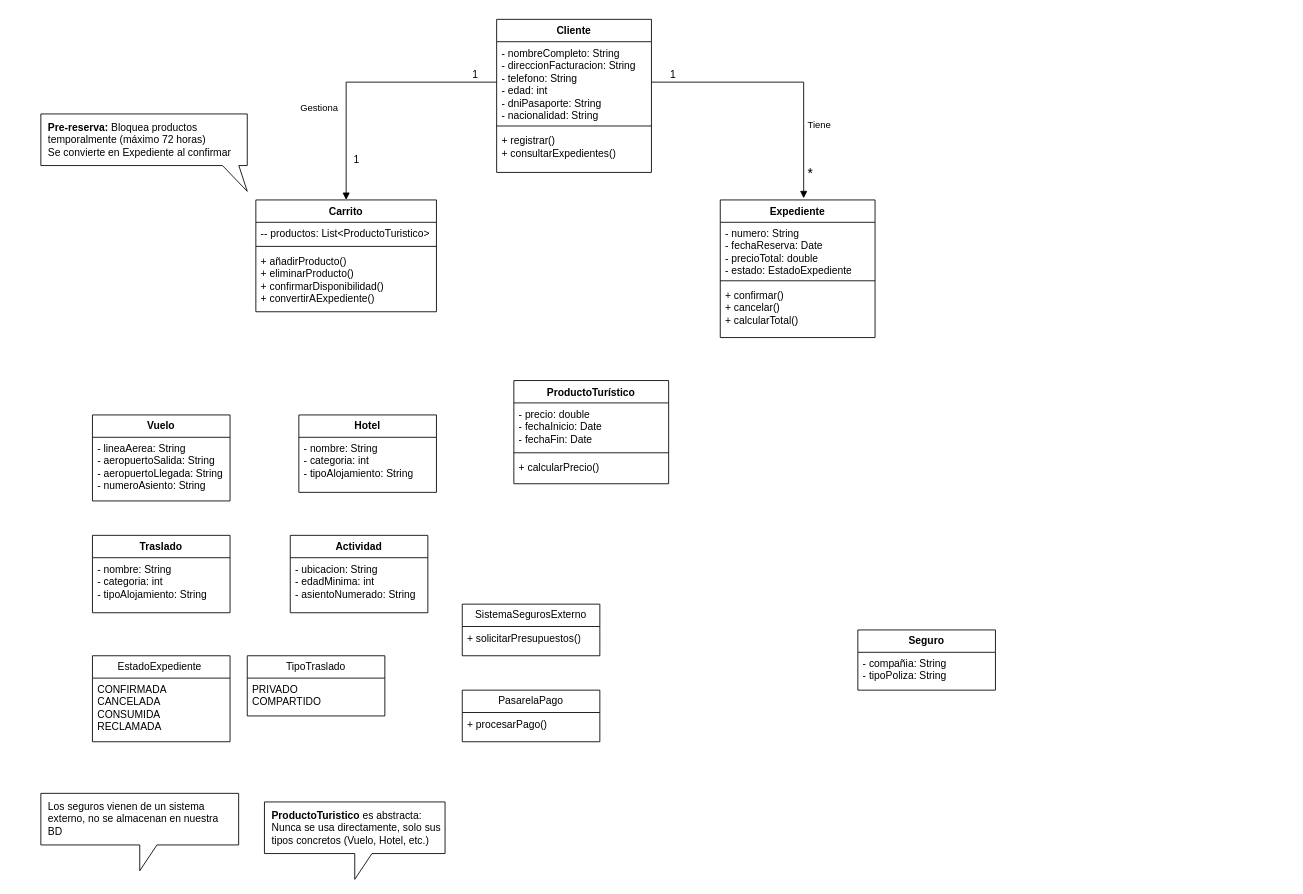
Above: DiagramaClase.drawio in JavierIbarra25/Diseno-Orientado-a-Objetos (draw.io), before the change. Source tidied: cells renumbered, new cells numbered last; positions are measured from the earlier drawing's top-left corner, leaving out a move shared by most shapes. Both pictures are drawn from the tidied source at 86%, with x=0, y=0 at pixel (40, 19).
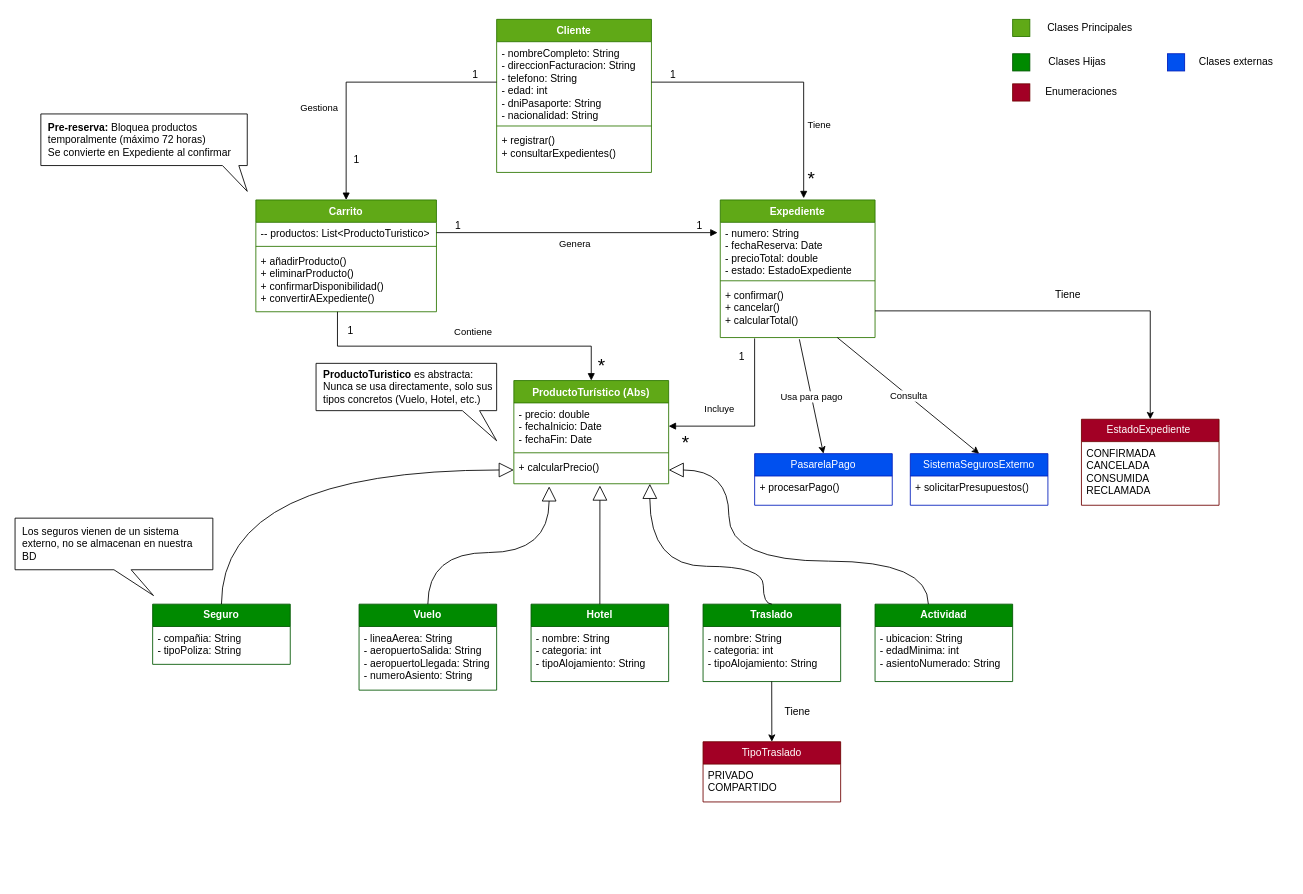
The same page after the edit.

The change refers to these unchanged cells:
```xml
<mxCell id="7" value="&lt;div&gt;-- productos: List&amp;lt;ProductoTuristico&amp;gt;&lt;/div&gt;" style="text;strokeColor=none;fillColor=none;align=left;verticalAlign=top;spacingLeft=4;spacingRight=4;overflow=hidden;points=[[0,0.5],[1,0.5]];portConstraint=eastwest;whiteSpace=wrap;html=1;" parent="6" vertex="1">
  <mxGeometry y="26" width="210" height="24" as="geometry" />
</mxCell>
<mxCell id="9" value="&lt;div&gt;+ añadirProducto()&lt;/div&gt;&lt;div&gt;+ eliminarProducto()&lt;/div&gt;&lt;div&gt;+ confirmarDisponibilidad()&lt;/div&gt;&lt;div&gt;+ convertirAExpediente()&lt;/div&gt;" style="text;strokeColor=none;fillColor=none;align=left;verticalAlign=top;spacingLeft=4;spacingRight=4;overflow=hidden;points=[[0,0.5],[1,0.5]];portConstraint=eastwest;whiteSpace=wrap;html=1;" parent="6" vertex="1">
  <mxGeometry y="58" width="210" height="72" as="geometry" />
</mxCell>
<mxCell id="11" value="&lt;div&gt;&lt;div&gt;- numero: String&lt;/div&gt;&lt;div&gt;- fechaReserva: Date&lt;/div&gt;&lt;div&gt;- precioTotal: double&lt;/div&gt;&lt;div&gt;- estado: EstadoExpediente&lt;/div&gt;&lt;/div&gt;" style="text;strokeColor=none;fillColor=none;align=left;verticalAlign=top;spacingLeft=4;spacingRight=4;overflow=hidden;points=[[0,0.5],[1,0.5]];portConstraint=eastwest;whiteSpace=wrap;html=1;" parent="10" vertex="1">
  <mxGeometry y="26" width="180" height="64" as="geometry" />
</mxCell>
<mxCell id="13" value="&lt;div&gt;+ confirmar()&lt;/div&gt;&lt;div&gt;+ cancelar()&lt;/div&gt;&lt;div&gt;+ calcularTotal()&lt;/div&gt;" style="text;strokeColor=none;fillColor=none;align=left;verticalAlign=top;spacingLeft=4;spacingRight=4;overflow=hidden;points=[[0,0.5],[1,0.5]];portConstraint=eastwest;whiteSpace=wrap;html=1;" parent="10" vertex="1">
  <mxGeometry y="98" width="180" height="62" as="geometry" />
</mxCell>
<mxCell id="15" value="&lt;div&gt;&lt;div&gt;- precio: double&lt;/div&gt;&lt;div&gt;- fechaInicio: Date&lt;/div&gt;&lt;div&gt;- fechaFin: Date&lt;/div&gt;&lt;/div&gt;" style="text;strokeColor=none;fillColor=none;align=left;verticalAlign=top;spacingLeft=4;spacingRight=4;overflow=hidden;points=[[0,0.5],[1,0.5]];portConstraint=eastwest;whiteSpace=wrap;html=1;" parent="14" vertex="1">
  <mxGeometry y="26" width="180" height="54" as="geometry" />
</mxCell>
<mxCell id="17" value="+ calcularPrecio()" style="text;strokeColor=none;fillColor=none;align=left;verticalAlign=top;spacingLeft=4;spacingRight=4;overflow=hidden;points=[[0,0.5],[1,0.5]];portConstraint=eastwest;whiteSpace=wrap;html=1;" parent="14" vertex="1">
  <mxGeometry y="88" width="180" height="32" as="geometry" />
</mxCell>
<mxCell id="23" value="&lt;div&gt;- nombre: String&lt;/div&gt;&lt;div&gt;- categoria: int&lt;/div&gt;&lt;div&gt;- tipoAlojamiento: String&lt;/div&gt;" style="text;strokeColor=none;fillColor=none;align=left;verticalAlign=top;spacingLeft=4;spacingRight=4;overflow=hidden;points=[[0,0.5],[1,0.5]];portConstraint=eastwest;whiteSpace=wrap;html=1;" parent="22" vertex="1">
  <mxGeometry y="26" width="160" height="64" as="geometry" />
</mxCell>
```

Change to the diagram source:
```diff
@@
-    <mxCell id="2" value="Cliente" style="swimlane;fontStyle=1;align=center;verticalAlign=top;horizontal=1;startSize=26;whiteSpace=wrap;html=1;" parent="1" vertex="1">
+    <mxCell id="2" value="Cliente" style="swimlane;fontStyle=1;align=center;verticalAlign=top;horizontal=1;startSize=26;whiteSpace=wrap;html=1;fillColor=#60a917;fontColor=#ffffff;strokeColor=#2D7600;" parent="1" vertex="1">
       <mxGeometry x="530" width="180" height="178" as="geometry" />
     </mxCell>
@@
-    <mxCell id="6" value="Carrito" style="swimlane;fontStyle=1;align=center;verticalAlign=top;horizontal=1;startSize=26;whiteSpace=wrap;html=1;" parent="1" vertex="1">
+    <mxCell id="6" value="Carrito" style="swimlane;fontStyle=1;align=center;verticalAlign=top;horizontal=1;startSize=26;whiteSpace=wrap;html=1;fillColor=#60a917;fontColor=#ffffff;strokeColor=#2D7600;" parent="1" vertex="1">
       <mxGeometry x="250" y="210" width="210" height="130" as="geometry" />
     </mxCell>
@@
-    <mxCell id="10" value="Expediente" style="swimlane;fontStyle=1;align=center;verticalAlign=top;horizontal=1;startSize=26;whiteSpace=wrap;html=1;" parent="1" vertex="1">
+    <mxCell id="10" value="Expediente" style="swimlane;fontStyle=1;align=center;verticalAlign=top;horizontal=1;startSize=26;whiteSpace=wrap;html=1;fillColor=#60a917;fontColor=#ffffff;strokeColor=#2D7600;" parent="1" vertex="1">
       <mxGeometry x="790" y="210" width="180" height="160" as="geometry" />
     </mxCell>
@@
-    <mxCell id="14" value="ProductoTurístico" style="swimlane;fontStyle=1;align=center;verticalAlign=top;horizontal=1;startSize=26;whiteSpace=wrap;html=1;" parent="1" vertex="1">
+    <mxCell id="14" value="ProductoTurístico (Abs)" style="swimlane;fontStyle=1;align=center;verticalAlign=top;horizontal=1;startSize=26;whiteSpace=wrap;html=1;fillColor=#60a917;fontColor=#ffffff;strokeColor=#2D7600;" parent="1" vertex="1">
       <mxGeometry x="550" y="420" width="180" height="120" as="geometry" />
     </mxCell>
@@
-    <mxCell id="18" value="&lt;b style=&quot;text-align: left;&quot;&gt;Vuelo&lt;/b&gt;" style="swimlane;fontStyle=0;horizontal=1;startSize=26;fillColor=none;whiteSpace=wrap;html=1;" parent="1" vertex="1">
-      <mxGeometry x="60" y="460" width="160" height="100" as="geometry" />
+    <mxCell id="18" value="&lt;b style=&quot;text-align: left;&quot;&gt;Vuelo&lt;/b&gt;" style="swimlane;fontStyle=0;horizontal=1;startSize=26;fillColor=#008a00;whiteSpace=wrap;html=1;fontColor=#ffffff;strokeColor=#005700;" parent="1" vertex="1">
+      <mxGeometry x="370" y="680" width="160" height="100" as="geometry" />
     </mxCell>
@@
-    <mxCell id="20" value="&lt;div style=&quot;text-align: left;&quot;&gt;&lt;span style=&quot;background-color: transparent;&quot;&gt;&lt;b&gt;Hotel&lt;/b&gt;&lt;/span&gt;&lt;/div&gt;" style="swimlane;fontStyle=0;horizontal=1;startSize=26;fillColor=none;whiteSpace=wrap;html=1;" parent="1" vertex="1">
-      <mxGeometry x="300" y="460" width="160" height="90" as="geometry" />
+    <mxCell id="20" value="&lt;div style=&quot;text-align: left;&quot;&gt;&lt;span style=&quot;background-color: transparent;&quot;&gt;&lt;b&gt;Hotel&lt;/b&gt;&lt;/span&gt;&lt;/div&gt;" style="swimlane;fontStyle=0;horizontal=1;startSize=26;fillColor=#008a00;whiteSpace=wrap;html=1;fontColor=#ffffff;strokeColor=#005700;" parent="1" vertex="1">
+      <mxGeometry x="570" y="680" width="160" height="90" as="geometry" />
     </mxCell>
@@
-    <mxCell id="22" value="&lt;div style=&quot;text-align: left;&quot;&gt;&lt;b&gt;Traslado&lt;/b&gt;&lt;/div&gt;" style="swimlane;fontStyle=0;horizontal=1;startSize=26;fillColor=none;whiteSpace=wrap;html=1;" parent="1" vertex="1">
-      <mxGeometry x="60" y="600" width="160" height="90" as="geometry" />
+    <mxCell id="22" value="&lt;div style=&quot;text-align: left;&quot;&gt;&lt;b&gt;Traslado&lt;/b&gt;&lt;/div&gt;" style="swimlane;fontStyle=0;horizontal=1;startSize=26;fillColor=#008a00;whiteSpace=wrap;html=1;fontColor=#ffffff;strokeColor=#005700;" parent="1" vertex="1">
+      <mxGeometry x="770" y="680" width="160" height="90" as="geometry" />
     </mxCell>
@@
-    <mxCell id="24" value="&lt;div style=&quot;text-align: left;&quot;&gt;&lt;b&gt;Actividad&lt;/b&gt;&lt;/div&gt;" style="swimlane;fontStyle=0;horizontal=1;startSize=26;fillColor=none;whiteSpace=wrap;html=1;" parent="1" vertex="1">
-      <mxGeometry x="290" y="600" width="160" height="90" as="geometry" />
+    <mxCell id="24" value="&lt;div style=&quot;text-align: left;&quot;&gt;&lt;b&gt;Actividad&lt;/b&gt;&lt;/div&gt;" style="swimlane;fontStyle=0;horizontal=1;startSize=26;fillColor=#008a00;whiteSpace=wrap;html=1;fontColor=#ffffff;strokeColor=#005700;" parent="1" vertex="1">
+      <mxGeometry x="970" y="680" width="160" height="90" as="geometry" />
     </mxCell>
@@
-    <mxCell id="26" value="&lt;div style=&quot;text-align: left;&quot;&gt;&lt;b&gt;Seguro&lt;/b&gt;&lt;/div&gt;" style="swimlane;fontStyle=0;horizontal=1;startSize=26;fillColor=none;whiteSpace=wrap;html=1;" parent="1" vertex="1">
-      <mxGeometry x="950" y="710" width="160" height="70" as="geometry" />
+    <mxCell id="26" value="&lt;div style=&quot;text-align: left;&quot;&gt;&lt;b&gt;Seguro&lt;/b&gt;&lt;/div&gt;" style="swimlane;fontStyle=0;horizontal=1;startSize=26;fillColor=#008a00;whiteSpace=wrap;html=1;fontColor=#ffffff;strokeColor=#005700;" parent="1" vertex="1">
+      <mxGeometry x="130" y="680" width="160" height="70" as="geometry" />
     </mxCell>
@@
-    <mxCell id="28" value="&lt;div style=&quot;text-align: left;&quot;&gt;EstadoExpediente&amp;nbsp;&lt;/div&gt;" style="swimlane;fontStyle=0;horizontal=1;startSize=26;fillColor=none;whiteSpace=wrap;html=1;" parent="1" vertex="1">
-      <mxGeometry x="60" y="740" width="160" height="100" as="geometry" />
+    <mxCell id="28" value="&lt;div style=&quot;text-align: left;&quot;&gt;EstadoExpediente&amp;nbsp;&lt;/div&gt;" style="swimlane;fontStyle=0;horizontal=1;startSize=26;fillColor=#a20025;whiteSpace=wrap;html=1;fontColor=#ffffff;strokeColor=#6F0000;" parent="1" vertex="1">
+      <mxGeometry x="1210" y="465" width="160" height="100" as="geometry" />
     </mxCell>
@@
-    <mxCell id="30" value="&lt;div style=&quot;text-align: left;&quot;&gt;TipoTraslado&lt;/div&gt;" style="swimlane;fontStyle=0;horizontal=1;startSize=26;fillColor=none;whiteSpace=wrap;html=1;" parent="1" vertex="1">
-      <mxGeometry x="240" y="740" width="160" height="70" as="geometry" />
+    <mxCell id="30" value="&lt;div style=&quot;text-align: left;&quot;&gt;TipoTraslado&lt;/div&gt;" style="swimlane;fontStyle=0;horizontal=1;startSize=26;fillColor=#a20025;whiteSpace=wrap;html=1;fontColor=#ffffff;strokeColor=#6F0000;" parent="1" vertex="1">
+      <mxGeometry x="770" y="840" width="160" height="70" as="geometry" />
     </mxCell>
@@
-    <mxCell id="32" value="&lt;div style=&quot;text-align: left;&quot;&gt;PasarelaPago&lt;/div&gt;" style="swimlane;fontStyle=0;horizontal=1;startSize=26;fillColor=none;whiteSpace=wrap;html=1;" parent="1" vertex="1">
-      <mxGeometry x="490" y="780" width="160" height="60" as="geometry" />
+    <mxCell id="32" value="&lt;div style=&quot;text-align: left;&quot;&gt;PasarelaPago&lt;/div&gt;" style="swimlane;fontStyle=0;horizontal=1;startSize=26;fillColor=#0050ef;whiteSpace=wrap;html=1;fontColor=#ffffff;strokeColor=#001DBC;" parent="1" vertex="1">
+      <mxGeometry x="830" y="505" width="160" height="60" as="geometry" />
     </mxCell>
@@
-    <mxCell id="34" value="&lt;div style=&quot;text-align: left;&quot;&gt;SistemaSegurosExterno&lt;/div&gt;" style="swimlane;fontStyle=0;horizontal=1;startSize=26;fillColor=none;whiteSpace=wrap;html=1;" parent="1" vertex="1">
-      <mxGeometry x="490" y="680" width="160" height="60" as="geometry" />
+    <mxCell id="34" value="&lt;div style=&quot;text-align: left;&quot;&gt;SistemaSegurosExterno&lt;/div&gt;" style="swimlane;fontStyle=0;horizontal=1;startSize=26;fillColor=#0050ef;whiteSpace=wrap;html=1;fontColor=#ffffff;strokeColor=#001DBC;" parent="1" vertex="1">
+      <mxGeometry x="1011" y="505" width="160" height="60" as="geometry" />
     </mxCell>
@@
-    <mxCell id="36" value="&lt;div&gt;&lt;b&gt;&amp;nbsp; ProductoTuristico &lt;/b&gt;es abstracta:&lt;/div&gt;&lt;div&gt;&amp;nbsp; Nunca se usa directamente,&amp;nbsp;&lt;span style=&quot;background-color: transparent; color: light-dark(rgb(0, 0, 0), rgb(255, 255, 255));&quot;&gt;solo sus&amp;nbsp; &amp;nbsp; tipos concretos&amp;nbsp;&lt;/span&gt;&lt;span style=&quot;background-color: transparent; color: light-dark(rgb(0, 0, 0), rgb(255, 255, 255));&quot;&gt;(Vuelo, Hotel, etc.)&lt;/span&gt;&lt;/div&gt;" style="shape=callout;whiteSpace=wrap;html=1;perimeter=calloutPerimeter;align=left;" parent="1" vertex="1">
-      <mxGeometry x="260" y="910" width="210" height="90" as="geometry" />
+    <mxCell id="36" value="&lt;div&gt;&lt;b&gt;&amp;nbsp; ProductoTuristico &lt;/b&gt;es abstracta:&lt;/div&gt;&lt;div&gt;&amp;nbsp; Nunca se usa directamente,&amp;nbsp;&lt;span style=&quot;background-color: transparent; color: light-dark(rgb(0, 0, 0), rgb(255, 255, 255));&quot;&gt;solo sus&amp;nbsp; &amp;nbsp; tipos concretos&amp;nbsp;&lt;/span&gt;&lt;span style=&quot;background-color: transparent; color: light-dark(rgb(0, 0, 0), rgb(255, 255, 255));&quot;&gt;(Vuelo, Hotel, etc.)&lt;/span&gt;&lt;/div&gt;" style="shape=callout;whiteSpace=wrap;html=1;perimeter=calloutPerimeter;align=left;position2=1;base=20;size=35;position=0.81;" parent="1" vertex="1">
+      <mxGeometry x="320" y="400" width="210" height="90" as="geometry" />
     </mxCell>
-    <mxCell id="37" value="&lt;div&gt;&amp;nbsp; Los seguros vienen de un&amp;nbsp;&lt;span style=&quot;background-color: transparent; color: light-dark(rgb(0, 0, 0), rgb(255, 255, 255));&quot;&gt;sistema&amp;nbsp; &amp;nbsp; &amp;nbsp; &amp;nbsp; &amp;nbsp; &amp;nbsp; &amp;nbsp; externo, no se&amp;nbsp;&lt;/span&gt;&lt;span style=&quot;background-color: transparent; color: light-dark(rgb(0, 0, 0), rgb(255, 255, 255));&quot;&gt;almacenan en nuestra&amp;nbsp; &amp;nbsp; &amp;nbsp; &amp;nbsp; BD&lt;/span&gt;&lt;/div&gt;" style="shape=callout;whiteSpace=wrap;html=1;perimeter=calloutPerimeter;align=left;" parent="1" vertex="1">
-      <mxGeometry y="900" width="230" height="90" as="geometry" />
+    <mxCell id="37" value="&lt;div&gt;&amp;nbsp; Los seguros vienen de un&amp;nbsp;&lt;span style=&quot;background-color: transparent; color: light-dark(rgb(0, 0, 0), rgb(255, 255, 255));&quot;&gt;sistema&amp;nbsp; &amp;nbsp; &amp;nbsp; &amp;nbsp; &amp;nbsp; &amp;nbsp; &amp;nbsp; externo, no se&amp;nbsp;&lt;/span&gt;&lt;span style=&quot;background-color: transparent; color: light-dark(rgb(0, 0, 0), rgb(255, 255, 255));&quot;&gt;almacenan en nuestra&amp;nbsp; &amp;nbsp; &amp;nbsp; &amp;nbsp; BD&lt;/span&gt;&lt;/div&gt;" style="shape=callout;whiteSpace=wrap;html=1;perimeter=calloutPerimeter;align=left;position2=0.7;" parent="1" vertex="1">
+      <mxGeometry x="-30" y="580" width="230" height="90" as="geometry" />
     </mxCell>
@@
-    <mxCell id="41" value="&lt;font style=&quot;font-size: 16px;&quot;&gt;*&lt;/font&gt;" style="edgeLabel;html=1;align=left;verticalAlign=bottom;" parent="1" vertex="1">
-      <mxGeometry x="890" y="190" as="geometry" />
+    <mxCell id="41" value="&lt;font&gt;*&lt;/font&gt;" style="edgeLabel;html=1;align=left;verticalAlign=bottom;fontSize=22;" parent="1" vertex="1">
+      <mxGeometry x="890" y="200" as="geometry" />
     </mxCell>
@@
+    <mxCell id="45" value="Genera" style="endArrow=block;endFill=1;html=1;edgeStyle=orthogonalEdgeStyle;align=left;verticalAlign=top;rounded=0;exitX=1;exitY=0.5;exitDx=0;exitDy=0;entryX=-0.017;entryY=0.188;entryDx=0;entryDy=0;entryPerimeter=0;" parent="1" edge="1" source="7" target="11">
+      <mxGeometry x="-0.14" relative="1" as="geometry" />
+    </mxCell>
+    <mxCell id="46" value="&lt;font style=&quot;font-size: 12px;&quot;&gt;1&lt;/font&gt;" style="edgeLabel;html=1;align=left;verticalAlign=bottom;" parent="45" vertex="1">
+      <mxGeometry x="-1" relative="1" as="geometry">
+        <mxPoint x="20" as="offset" />
+      </mxGeometry>
+    </mxCell>
+    <mxCell id="47" value="&lt;font style=&quot;font-size: 12px;&quot;&gt;1&lt;/font&gt;" style="edgeLabel;html=1;align=left;verticalAlign=bottom;" parent="1" vertex="1">
+      <mxGeometry x="490" y="258" as="geometry">
+        <mxPoint x="271" y="-10" as="offset" />
+      </mxGeometry>
+    </mxCell>
+    <mxCell id="48" value="Contiene" style="endArrow=block;endFill=1;html=1;edgeStyle=orthogonalEdgeStyle;align=left;verticalAlign=top;rounded=0;exitX=0.452;exitY=1;exitDx=0;exitDy=0;entryX=0.5;entryY=0;entryDx=0;entryDy=0;exitPerimeter=0;" parent="1" edge="1" source="9" target="14">
+      <mxGeometry x="-0.07" y="30" relative="1" as="geometry" />
+    </mxCell>
+    <mxCell id="49" value="&lt;font style=&quot;font-size: 12px;&quot;&gt;1&lt;/font&gt;" style="edgeLabel;html=1;align=left;verticalAlign=bottom;" parent="48" vertex="1">
+      <mxGeometry x="-1" relative="1" as="geometry">
+        <mxPoint x="10" y="30" as="offset" />
+      </mxGeometry>
+    </mxCell>
+    <mxCell id="50" value="&lt;font&gt;*&lt;/font&gt;" style="edgeLabel;html=1;align=left;verticalAlign=bottom;fontSize=22;" parent="1" vertex="1">
+      <mxGeometry x="900" y="200" as="geometry">
+        <mxPoint x="-254" y="217" as="offset" />
+      </mxGeometry>
+    </mxCell>
+    <mxCell id="51" value="Incluye" style="endArrow=block;endFill=1;html=1;edgeStyle=orthogonalEdgeStyle;align=left;verticalAlign=top;rounded=0;entryX=1;entryY=0.5;entryDx=0;entryDy=0;exitX=0.222;exitY=1.016;exitDx=0;exitDy=0;exitPerimeter=0;" parent="1" edge="1" source="13" target="15">
+      <mxGeometry x="0.6" y="-33" relative="1" as="geometry">
+        <Array as="points">
+          <mxPoint x="830" y="473" />
+        </Array>
+      </mxGeometry>
+    </mxCell>
+    <mxCell id="52" value="&lt;font style=&quot;font-size: 12px;&quot;&gt;1&lt;/font&gt;" style="edgeLabel;html=1;align=left;verticalAlign=bottom;" parent="51" vertex="1">
+      <mxGeometry x="-1" relative="1" as="geometry">
+        <mxPoint x="-20" y="30" as="offset" />
+      </mxGeometry>
+    </mxCell>
+    <mxCell id="53" value="*" style="text;html=1;align=center;verticalAlign=middle;whiteSpace=wrap;rounded=0;fontSize=22;" parent="1" vertex="1">
+      <mxGeometry x="740" y="480" width="20" height="25" as="geometry" />
+    </mxCell>
+    <mxCell id="54" style="endArrow=block;html=1;rounded=0;endFill=0;strokeWidth=1;endSize=15;exitX=0.5;exitY=0;exitDx=0;exitDy=0;entryX=0;entryY=0.5;entryDx=0;entryDy=0;edgeStyle=orthogonalEdgeStyle;curved=1;" parent="1" edge="1" source="26" target="17">
+      <mxGeometry relative="1" as="geometry" />
+    </mxCell>
+    <mxCell id="55" style="endArrow=block;html=1;rounded=0;endFill=0;strokeWidth=1;endSize=15;exitX=0.5;exitY=0;exitDx=0;exitDy=0;entryX=0.228;entryY=1.094;entryDx=0;entryDy=0;entryPerimeter=0;edgeStyle=orthogonalEdgeStyle;curved=1;" parent="1" edge="1" source="18" target="17">
+      <mxGeometry relative="1" as="geometry">
+        <Array as="points">
+          <mxPoint x="450" y="620" />
+          <mxPoint x="591" y="620" />
+        </Array>
+      </mxGeometry>
+    </mxCell>
+    <mxCell id="56" style="endArrow=block;html=1;rounded=0;endFill=0;strokeWidth=1;endSize=15;exitX=0.5;exitY=0;exitDx=0;exitDy=0;entryX=0.556;entryY=1.063;entryDx=0;entryDy=0;entryPerimeter=0;" parent="1" edge="1" source="20" target="17">
+      <mxGeometry relative="1" as="geometry" />
+    </mxCell>
+    <mxCell id="57" style="endArrow=block;html=1;rounded=0;endFill=0;strokeWidth=1;endSize=15;exitX=0.5;exitY=0;exitDx=0;exitDy=0;entryX=0.656;entryY=1.125;entryDx=0;entryDy=0;entryPerimeter=0;edgeStyle=orthogonalEdgeStyle;curved=1;" parent="1" edge="1" source="22">
+      <mxGeometry relative="1" as="geometry">
+        <mxPoint x="708.1" y="540" as="targetPoint" />
+        <Array as="points">
+          <mxPoint x="840" y="680" />
+          <mxPoint x="840" y="636" />
+          <mxPoint x="708" y="636" />
+        </Array>
+      </mxGeometry>
+    </mxCell>
+    <mxCell id="58" style="endArrow=block;html=1;rounded=0;endFill=0;strokeWidth=1;endSize=15;exitX=0.5;exitY=0;exitDx=0;exitDy=0;edgeStyle=orthogonalEdgeStyle;curved=1;entryX=1;entryY=0.5;entryDx=0;entryDy=0;" parent="1" edge="1" target="17">
+      <mxGeometry relative="1" as="geometry">
+        <mxPoint x="1032" y="680" as="sourcePoint" />
+        <Array as="points">
+          <mxPoint x="1032" y="630" />
+          <mxPoint x="800" y="630" />
+          <mxPoint x="800" y="524" />
+        </Array>
+      </mxGeometry>
+    </mxCell>
+    <mxCell id="59" style="endArrow=classic;html=1;rounded=0;entryX=0.5;entryY=0;entryDx=0;entryDy=0;exitX=0.499;exitY=0.998;exitDx=0;exitDy=0;exitPerimeter=0;" parent="1" edge="1" source="23" target="30">
+      <mxGeometry relative="1" as="geometry" />
+    </mxCell>
+    <mxCell id="60" value="Tiene" style="text;html=1;align=center;verticalAlign=middle;whiteSpace=wrap;rounded=0;" parent="1" vertex="1">
+      <mxGeometry x="850" y="790" width="60" height="30" as="geometry" />
+    </mxCell>
+    <mxCell id="61" style="endArrow=classic;html=1;rounded=0;exitX=0.511;exitY=1.032;exitDx=0;exitDy=0;exitPerimeter=0;entryX=0.5;entryY=0;entryDx=0;entryDy=0;" parent="1" edge="1" source="13" target="32">
+      <mxGeometry relative="1" as="geometry" />
+    </mxCell>
+    <mxCell id="62" value="Usa para pago" style="edgeLabel;html=1;align=center;verticalAlign=middle;" parent="61" vertex="1">
+      <mxGeometry relative="1" as="geometry" />
+    </mxCell>
+    <mxCell id="63" style="endArrow=classic;html=1;rounded=0;exitX=1;exitY=0.5;exitDx=0;exitDy=0;entryX=0.5;entryY=0;entryDx=0;entryDy=0;" parent="1" edge="1" source="13" target="28">
+      <mxGeometry relative="1" as="geometry">
+        <Array as="points">
+          <mxPoint x="1290" y="339" />
+        </Array>
+      </mxGeometry>
+    </mxCell>
+    <mxCell id="64" value="Tiene" style="edgeLabel;html=1;align=center;verticalAlign=middle;fontSize=12;" parent="63" vertex="1">
+      <mxGeometry relative="1" as="geometry">
+        <mxPoint y="-19" as="offset" />
+      </mxGeometry>
+    </mxCell>
+    <mxCell id="65" style="endArrow=classic;html=1;rounded=0;exitX=0.756;exitY=1;exitDx=0;exitDy=0;exitPerimeter=0;entryX=0.5;entryY=0;entryDx=0;entryDy=0;" parent="1" edge="1" source="13" target="34">
+      <mxGeometry relative="1" as="geometry" />
+    </mxCell>
+    <mxCell id="66" value="Consulta" style="edgeLabel;html=1;align=center;verticalAlign=middle;" parent="65" vertex="1">
+      <mxGeometry relative="1" as="geometry" />
+    </mxCell>
+    <mxCell id="67" style="rounded=0;whiteSpace=wrap;html=1;fillColor=#60a917;fontColor=#ffffff;strokeColor=#2D7600;" parent="1" vertex="1">
+      <mxGeometry x="1130" width="20" height="20" as="geometry" />
+    </mxCell>
+    <mxCell id="68" style="rounded=0;whiteSpace=wrap;html=1;fillColor=#a20025;strokeColor=#6F0000;fontColor=#ffffff;" parent="1" vertex="1">
+      <mxGeometry x="1130" y="75" width="20" height="20" as="geometry" />
+    </mxCell>
+    <mxCell id="69" value="Clases Principales" style="text;html=1;align=center;verticalAlign=middle;whiteSpace=wrap;rounded=0;" parent="1" vertex="1">
+      <mxGeometry x="1160" y="-5" width="120" height="30" as="geometry" />
+    </mxCell>
+    <mxCell id="70" value="Enumeraciones" style="text;html=1;align=center;verticalAlign=middle;whiteSpace=wrap;rounded=0;" parent="1" vertex="1">
+      <mxGeometry x="1160" y="70" width="100" height="30" as="geometry" />
+    </mxCell>
+    <mxCell id="71" style="rounded=0;whiteSpace=wrap;html=1;fillColor=#008a00;fontColor=#ffffff;strokeColor=#005700;" parent="1" vertex="1">
+      <mxGeometry x="1130" y="40" width="20" height="20" as="geometry" />
+    </mxCell>
+    <mxCell id="72" value="Clases Hijas" style="text;html=1;align=left;verticalAlign=middle;whiteSpace=wrap;rounded=0;" parent="1" vertex="1">
+      <mxGeometry x="1170" y="35" width="120" height="30" as="geometry" />
+    </mxCell>
+    <mxCell id="73" value="Clases externas" style="text;html=1;align=center;verticalAlign=middle;whiteSpace=wrap;rounded=0;" parent="1" vertex="1">
+      <mxGeometry x="1330" y="35" width="120" height="30" as="geometry" />
+    </mxCell>
+    <mxCell id="74" style="rounded=0;whiteSpace=wrap;html=1;fillColor=#0050ef;fontColor=#ffffff;strokeColor=#001DBC;" parent="1" vertex="1">
+      <mxGeometry x="1310" y="40" width="20" height="20" as="geometry" />
+    </mxCell>
```
